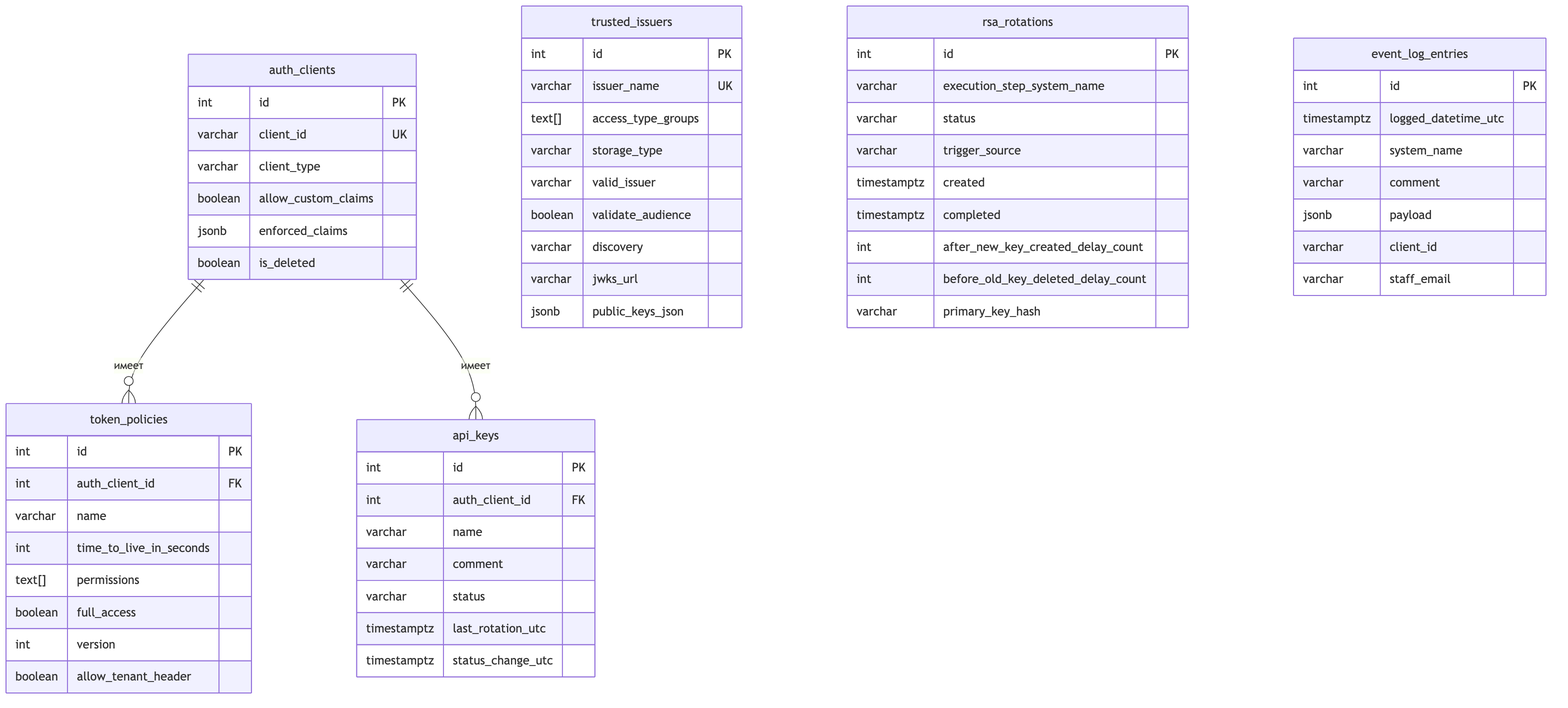
Above: diagrams/img/ch2_er_diagram.png in nikitakaralius/bachelor-diploma (Mermaid), before the change. Its source is kept beside it as diagrams/mmd/ch2_er_diagram.mmd. Source of this version:
```mermaid
erDiagram
    auth_clients {
        int id PK
        varchar client_id UK
        varchar client_type
        boolean allow_custom_claims
        jsonb enforced_claims
        boolean is_deleted
    }

    token_policies {
        int id PK
        int auth_client_id FK
        varchar name
        int time_to_live_in_seconds
        text[] permissions
        boolean full_access
        int version
        boolean allow_tenant_header
    }

    api_keys {
        int id PK
        int auth_client_id FK
        varchar name
        varchar comment
        varchar status
        timestamptz last_rotation_utc
        timestamptz status_change_utc
    }

    trusted_issuers {
        int id PK
        varchar issuer_name UK
        text[] access_type_groups
        varchar storage_type
        varchar valid_issuer
        boolean validate_audience
        varchar discovery
        varchar jwks_url
        jsonb public_keys_json
    }

    rsa_rotations {
        int id PK
        varchar execution_step_system_name
        varchar status
        varchar trigger_source
        timestamptz created
        timestamptz completed
        int after_new_key_created_delay_count
        int before_old_key_deleted_delay_count
        varchar primary_key_hash
    }

    event_log_entries {
        int id PK
        timestamptz logged_datetime_utc
        varchar system_name
        varchar comment
        jsonb payload
        varchar client_id
        varchar staff_email
    }

    auth_clients ||--o{ token_policies : "имеет"
    auth_clients ||--o{ api_keys : "имеет"
```
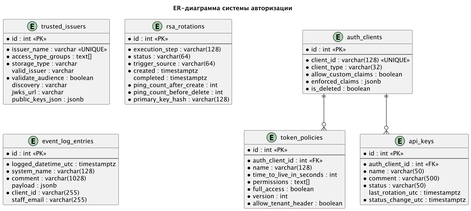
Later version of the same file.

Commit message:
Made ER diagram smaller and better!

What changed in the source:
```diff
@@ -1,67 +1,55 @@
 erDiagram
+    auth_clients ||--o{ token_policies : "имеет"
+    auth_clients ||--o{ api_keys : "имеет"
+
     auth_clients {
         int id PK
         varchar client_id UK
         varchar client_type
         boolean allow_custom_claims
         jsonb enforced_claims
-        boolean is_deleted
     }
 
     token_policies {
         int id PK
         int auth_client_id FK
         varchar name
-        int time_to_live_in_seconds
-        text[] permissions
+        int ttl_seconds
+        text permissions
         boolean full_access
         int version
-        boolean allow_tenant_header
     }
 
     api_keys {
         int id PK
         int auth_client_id FK
         varchar name
-        varchar comment
         varchar status
-        timestamptz last_rotation_utc
-        timestamptz status_change_utc
     }
 
     trusted_issuers {
         int id PK
         varchar issuer_name UK
-        text[] access_type_groups
+        text access_type_groups
         varchar storage_type
         varchar valid_issuer
-        boolean validate_audience
         varchar discovery
-        varchar jwks_url
-        jsonb public_keys_json
     }
 
     rsa_rotations {
         int id PK
-        varchar execution_step_system_name
+        varchar step
         varchar status
         varchar trigger_source
-        timestamptz created
-        timestamptz completed
-        int after_new_key_created_delay_count
-        int before_old_key_deleted_delay_count
+        int ping_count_1
+        int ping_count_2
         varchar primary_key_hash
     }
 
     event_log_entries {
         int id PK
-        timestamptz logged_datetime_utc
+        timestamptz logged_utc
         varchar system_name
-        varchar comment
         jsonb payload
         varchar client_id
-        varchar staff_email
     }
-
-    auth_clients ||--o{ token_policies : "имеет"
-    auth_clients ||--o{ api_keys : "имеет"
```
